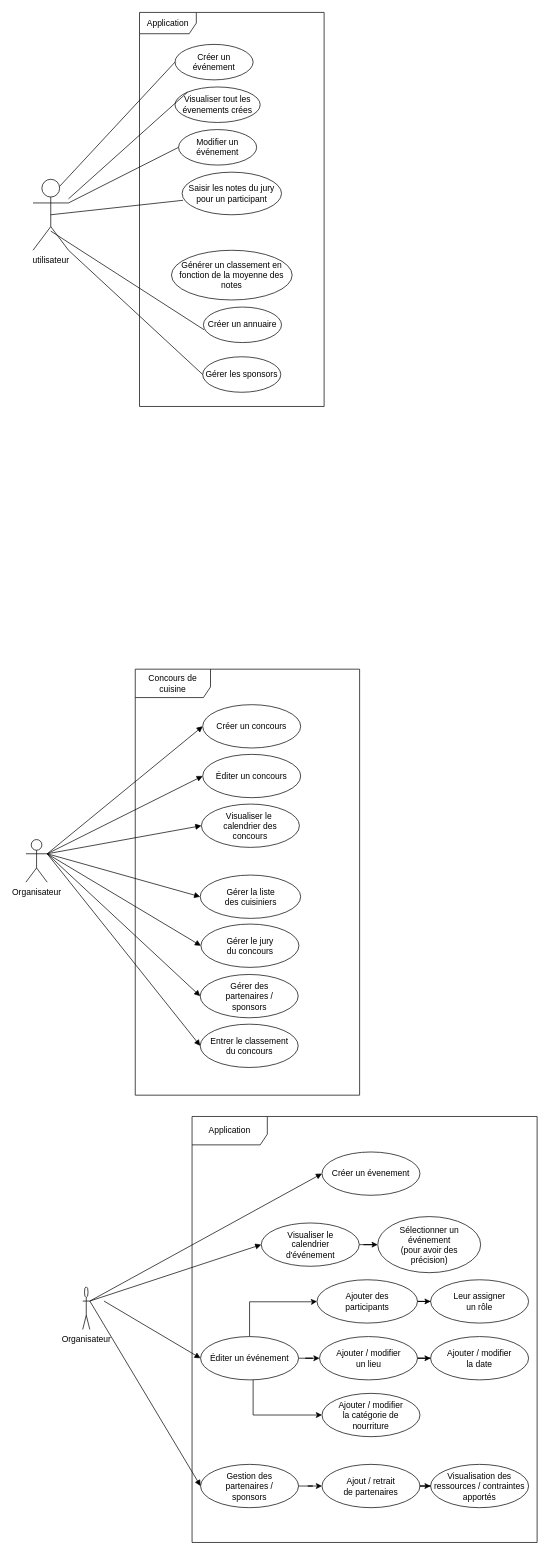
Earlier version of the draw.io diagram Conception/Diagramme de cas d'utilisation.drawio (CSliveR/Chief-s-Arena). Source tidied: cells renumbered, new cells numbered last; positions are measured from the earlier drawing's top-left corner, leaving out a move shared by most shapes. Both pictures are drawn from the tidied source at 71%, with x=0, y=0 at pixel (26, 12).
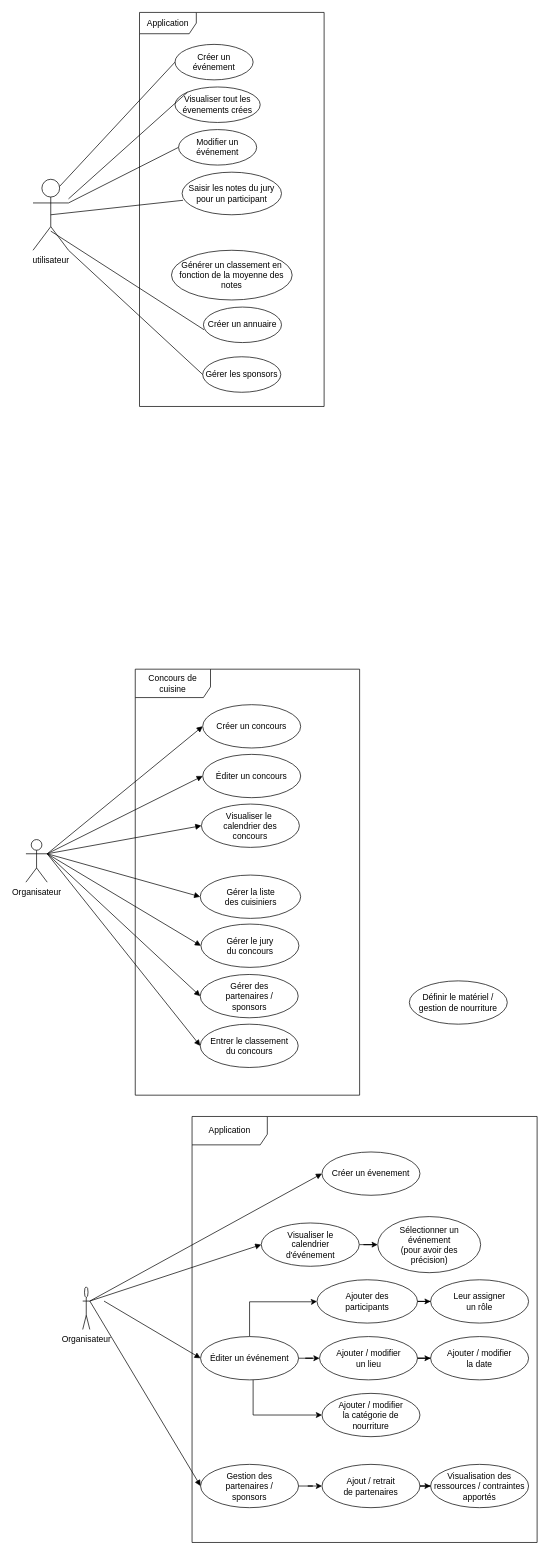
The same page after the edit.

Diff of the diagram source:
```diff
@@
+    <mxCell id="59" value="Définir le matériel /&lt;div&gt;gestion de nourriture&lt;/div&gt;" style="ellipse;whiteSpace=wrap;html=1;" parent="1" vertex="1">
+      <mxGeometry x="540" y="1364" width="138" height="61" as="geometry" />
+    </mxCell>
```
